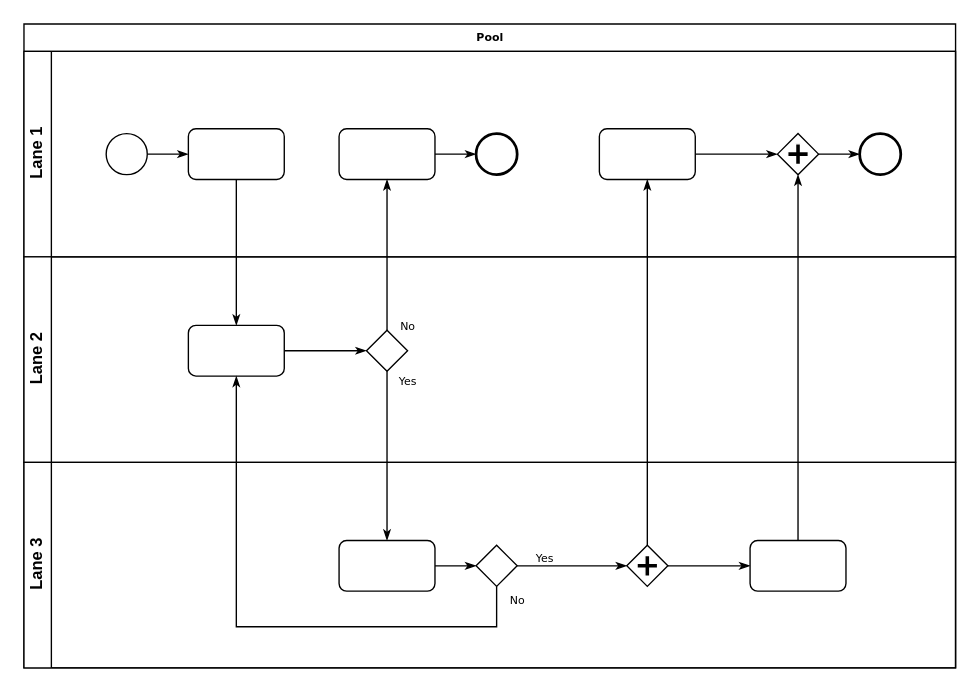
This is des-arqt-sol-ttr-cadastro-usuario-0001.drawio from lorenaabreu/transtrampoarq, a draw.io file, before an edit. Source tidied: cells renumbered, new cells numbered last; positions are measured from the earlier drawing's top-left corner, leaving out a move shared by most shapes. Both pictures are drawn from the tidied source at 137%, with x=0, y=0 at pixel (23, 23).
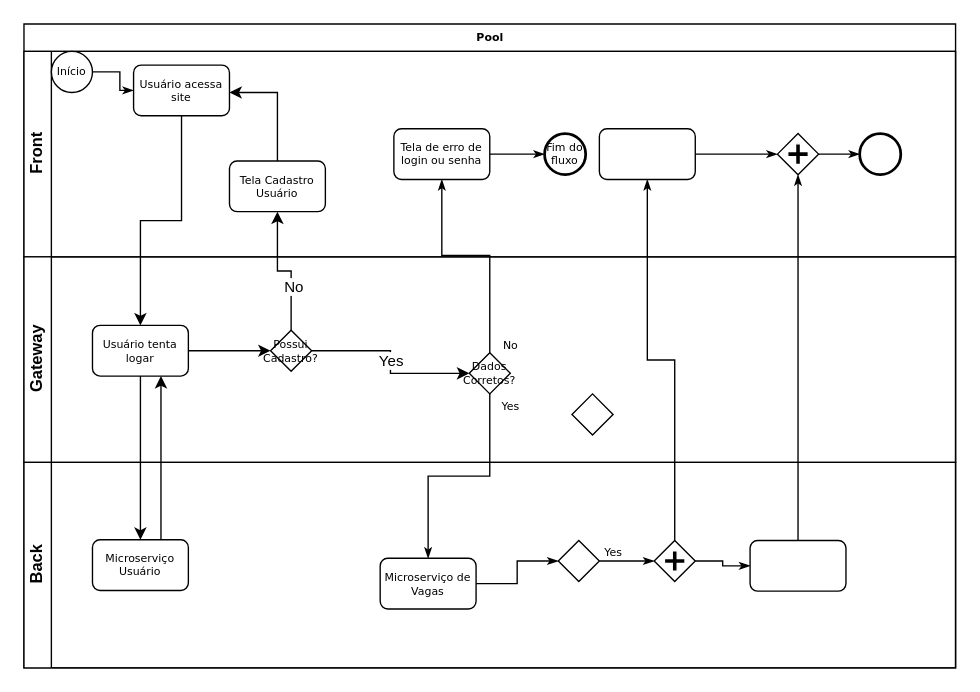
Above is the later version.

Commit message:
Feat: WIP: Criação do diagrama de ação da arquitetura de soluções, englobando o cadastro de usuários

The change refers to these unchanged cells:
```xml
<mxCell id="2" value="Pool" style="swimlane;html=1;horizontal=1;startSize=20;rounded=0;shadow=0;labelBackgroundColor=none;strokeWidth=1;fontFamily=Verdana;fontSize=8;align=center;" parent="1" vertex="1">
  <mxGeometry width="680" height="470" as="geometry" />
</mxCell>
<mxCell id="11" style="rounded=1;whiteSpace=wrap;html=1;shadow=0;labelBackgroundColor=none;strokeWidth=1;fontFamily=Verdana;fontSize=8;align=center;" parent="3" vertex="1">
  <mxGeometry x="420" y="56.5" width="70" height="37" as="geometry" />
</mxCell>
```

The edit, as a diff of the source:
```diff
@@
-    <mxCell id="3" value="Lane 1" style="swimlane;html=1;startSize=20;horizontal=0;" parent="2" vertex="1">
+    <mxCell id="3" value="Front" style="swimlane;html=1;startSize=20;horizontal=0;" parent="2" vertex="1">
       <mxGeometry y="20" width="680" height="150" as="geometry" />
     </mxCell>
@@
-    <mxCell id="5" style="ellipse;whiteSpace=wrap;html=1;rounded=0;shadow=0;labelBackgroundColor=none;strokeWidth=1;fontFamily=Verdana;fontSize=8;align=center;" parent="3" vertex="1">
-      <mxGeometry x="60" y="60" width="30" height="30" as="geometry" />
+    <mxCell id="5" value="Início" style="ellipse;whiteSpace=wrap;html=1;rounded=0;shadow=0;labelBackgroundColor=none;strokeWidth=1;fontFamily=Verdana;fontSize=8;align=center;" parent="3" vertex="1">
+      <mxGeometry x="20" width="30" height="30" as="geometry" />
     </mxCell>
-    <mxCell id="6" style="rounded=1;whiteSpace=wrap;html=1;shadow=0;labelBackgroundColor=none;strokeWidth=1;fontFamily=Verdana;fontSize=8;align=center;" parent="3" vertex="1">
-      <mxGeometry x="120" y="56.5" width="70" height="37" as="geometry" />
+    <mxCell id="6" value="Usuário acessa site" style="rounded=1;whiteSpace=wrap;html=1;shadow=0;labelBackgroundColor=none;strokeWidth=1;fontFamily=Verdana;fontSize=8;align=center;" parent="3" vertex="1">
+      <mxGeometry x="80" y="10" width="70" height="37" as="geometry" />
     </mxCell>
@@
-    <mxCell id="8" style="rounded=1;whiteSpace=wrap;html=1;shadow=0;labelBackgroundColor=none;strokeWidth=1;fontFamily=Verdana;fontSize=8;align=center;" parent="3" vertex="1">
-      <mxGeometry x="230" y="56.5" width="70" height="37" as="geometry" />
+    <mxCell id="8" value="Tela de erro de login ou senha" style="rounded=1;whiteSpace=wrap;html=1;shadow=0;labelBackgroundColor=none;strokeWidth=1;fontFamily=Verdana;fontSize=8;align=center;" parent="3" vertex="1">
+      <mxGeometry x="270" y="56.5" width="70" height="37" as="geometry" />
     </mxCell>
-    <mxCell id="9" style="ellipse;whiteSpace=wrap;html=1;rounded=0;shadow=0;labelBackgroundColor=none;strokeWidth=2;fontFamily=Verdana;fontSize=8;align=center;" parent="3" vertex="1">
-      <mxGeometry x="330" y="60" width="30" height="30" as="geometry" />
+    <mxCell id="9" value="Fim do fluxo" style="ellipse;whiteSpace=wrap;html=1;rounded=0;shadow=0;labelBackgroundColor=none;strokeWidth=2;fontFamily=Verdana;fontSize=8;align=center;" parent="3" vertex="1">
+      <mxGeometry x="380" y="60" width="30" height="30" as="geometry" />
     </mxCell>
@@
+    <mxCell id="33" style="edgeStyle=orthogonalEdgeStyle;rounded=0;jettySize=auto;html=1;" parent="3" edge="1" source="34" target="6">
+      <mxGeometry relative="1" as="geometry">
+        <Array as="points">
+          <mxPoint x="185" y="30" />
+        </Array>
+      </mxGeometry>
+    </mxCell>
+    <mxCell id="34" value="Tela Cadastro Usuário" style="rounded=1;whiteSpace=wrap;html=1;shadow=0;labelBackgroundColor=none;strokeWidth=1;fontFamily=Verdana;fontSize=8;align=center;" parent="3" vertex="1">
+      <mxGeometry x="150" y="80" width="70" height="37" as="geometry" />
+    </mxCell>
-    <mxCell id="15" value="Lane 2" style="swimlane;html=1;startSize=20;horizontal=0;" parent="2" vertex="1">
+    <mxCell id="15" value="Gateway" style="swimlane;html=1;startSize=20;horizontal=0;" parent="2" vertex="1">
       <mxGeometry y="170" width="680" height="150" as="geometry" />
     </mxCell>
-    <mxCell id="16" style="edgeStyle=orthogonalEdgeStyle;rounded=0;html=1;labelBackgroundColor=none;startArrow=none;startFill=0;startSize=5;endArrow=classicThin;endFill=1;endSize=5;jettySize=auto;strokeWidth=1;fontFamily=Verdana;fontSize=8;" parent="15" edge="1" source="17" target="18">
-      <mxGeometry relative="1" as="geometry" />
-    </mxCell>
-    <mxCell id="17" style="rounded=1;whiteSpace=wrap;html=1;shadow=0;labelBackgroundColor=none;strokeWidth=1;fontFamily=Verdana;fontSize=8;align=center;" parent="15" vertex="1">
-      <mxGeometry x="120" y="50" width="70" height="37" as="geometry" />
-    </mxCell>
     <mxCell id="18" style="strokeWidth=1;html=1;shape=mxgraph.flowchart.decision;whiteSpace=wrap;rounded=1;shadow=0;labelBackgroundColor=none;fontFamily=Verdana;fontSize=8;align=center;" parent="15" vertex="1">
-      <mxGeometry x="250" y="53.5" width="30" height="30" as="geometry" />
+      <mxGeometry x="400" y="100" width="30" height="30" as="geometry" />
     </mxCell>
+    <mxCell id="35" style="edgeStyle=orthogonalEdgeStyle;rounded=0;jettySize=auto;html=1;" parent="15" edge="1" source="36" target="37">
+      <mxGeometry relative="1" as="geometry" />
+    </mxCell>
+    <mxCell id="36" value="Usuário tenta logar" style="rounded=1;whiteSpace=wrap;html=1;shadow=0;labelBackgroundColor=none;strokeWidth=1;fontFamily=Verdana;fontSize=8;align=center;" parent="15" vertex="1">
+      <mxGeometry x="50" y="50" width="70" height="37" as="geometry" />
+    </mxCell>
+    <mxCell id="37" value="Possui Cadastro?" style="strokeWidth=1;html=1;shape=mxgraph.flowchart.decision;whiteSpace=wrap;rounded=1;shadow=0;labelBackgroundColor=none;fontFamily=Verdana;fontSize=8;align=center;" parent="15" vertex="1">
+      <mxGeometry x="180" y="53.5" width="30" height="30" as="geometry" />
+    </mxCell>
+    <mxCell id="38" value="Dados Corretos?" style="strokeWidth=1;html=1;shape=mxgraph.flowchart.decision;whiteSpace=wrap;rounded=1;shadow=0;labelBackgroundColor=none;fontFamily=Verdana;fontSize=8;align=center;" parent="15" vertex="1">
+      <mxGeometry x="325" y="70" width="30" height="30" as="geometry" />
+    </mxCell>
+    <mxCell id="39" style="edgeStyle=orthogonalEdgeStyle;rounded=0;jettySize=auto;html=1;" parent="15" edge="1" source="37" target="38">
+      <mxGeometry relative="1" as="geometry" />
+    </mxCell>
+    <mxCell id="40" value="Yes" style="edgeLabel;html=1;align=center;verticalAlign=middle;" parent="39" vertex="1">
+      <mxGeometry x="-0.03" relative="1" as="geometry" />
+    </mxCell>
-    <mxCell id="19" value="Lane 3" style="swimlane;html=1;startSize=20;horizontal=0;" parent="2" vertex="1">
+    <mxCell id="19" value="Back" style="swimlane;html=1;startSize=20;horizontal=0;" parent="2" vertex="1">
       <mxGeometry y="320" width="680" height="150" as="geometry" />
     </mxCell>
@@
-    <mxCell id="21" style="rounded=1;whiteSpace=wrap;html=1;shadow=0;labelBackgroundColor=none;strokeWidth=1;fontFamily=Verdana;fontSize=8;align=center;" parent="19" vertex="1">
-      <mxGeometry x="230" y="57" width="70" height="37" as="geometry" />
+    <mxCell id="21" value="Microserviço de Vagas" style="rounded=1;whiteSpace=wrap;html=1;shadow=0;labelBackgroundColor=none;strokeWidth=1;fontFamily=Verdana;fontSize=8;align=center;" parent="19" vertex="1">
+      <mxGeometry x="260" y="70" width="70" height="37" as="geometry" />
     </mxCell>
@@
     <mxCell id="23" style="strokeWidth=1;html=1;shape=mxgraph.flowchart.decision;whiteSpace=wrap;rounded=1;shadow=0;labelBackgroundColor=none;fontFamily=Verdana;fontSize=8;align=center;" parent="19" vertex="1">
-      <mxGeometry x="330" y="60.5" width="30" height="30" as="geometry" />
+      <mxGeometry x="390" y="57" width="30" height="30" as="geometry" />
     </mxCell>
@@
     <mxCell id="25" style="shape=mxgraph.bpmn.shape;html=1;verticalLabelPosition=bottom;labelBackgroundColor=#ffffff;verticalAlign=top;perimeter=rhombusPerimeter;background=gateway;outline=none;symbol=parallelGw;rounded=1;shadow=0;strokeWidth=1;fontFamily=Verdana;fontSize=8;align=center;" parent="19" vertex="1">
-      <mxGeometry x="440" y="60.5" width="30" height="30" as="geometry" />
+      <mxGeometry x="460" y="57" width="30" height="30" as="geometry" />
     </mxCell>
@@
-    <mxCell id="27" style="edgeStyle=orthogonalEdgeStyle;rounded=0;html=1;labelBackgroundColor=none;startArrow=none;startFill=0;startSize=5;endArrow=classicThin;endFill=1;endSize=5;jettySize=auto;strokeWidth=1;fontFamily=Verdana;fontSize=8;" parent="2" edge="1" source="6" target="17">
-      <mxGeometry relative="1" as="geometry" />
-    </mxCell>
+    <mxCell id="41" value="Microserviço Usuário" style="rounded=1;whiteSpace=wrap;html=1;shadow=0;labelBackgroundColor=none;strokeWidth=1;fontFamily=Verdana;fontSize=8;align=center;" parent="19" vertex="1">
+      <mxGeometry x="50" y="56.5" width="70" height="37" as="geometry" />
+    </mxCell>
-    <mxCell id="28" value="No" style="edgeStyle=orthogonalEdgeStyle;rounded=0;html=1;labelBackgroundColor=none;startArrow=none;startFill=0;startSize=5;endArrow=classicThin;endFill=1;endSize=5;jettySize=auto;strokeWidth=1;fontFamily=Verdana;fontSize=8;" parent="2" edge="1" source="18" target="8">
-      <mxGeometry x="-0.94" y="-15" relative="1" as="geometry" />
+    <mxCell id="28" value="No" style="edgeStyle=orthogonalEdgeStyle;rounded=0;html=1;labelBackgroundColor=none;startArrow=none;startFill=0;startSize=5;endArrow=classicThin;endFill=1;endSize=5;jettySize=auto;strokeWidth=1;fontFamily=Verdana;fontSize=8;" parent="2" edge="1" source="38" target="8">
+      <mxGeometry x="-0.94" y="-15" relative="1" as="geometry">
+        <Array as="points">
+          <mxPoint x="340" y="169" />
+          <mxPoint x="305" y="169" />
+        </Array>
+      </mxGeometry>
     </mxCell>
-    <mxCell id="29" value="Yes" style="edgeStyle=orthogonalEdgeStyle;rounded=0;html=1;labelBackgroundColor=none;startArrow=none;startFill=0;startSize=5;endArrow=classicThin;endFill=1;endSize=5;jettySize=auto;strokeWidth=1;fontFamily=Verdana;fontSize=8;" parent="2" edge="1" source="18" target="21">
+    <mxCell id="29" value="Yes" style="edgeStyle=orthogonalEdgeStyle;rounded=0;html=1;labelBackgroundColor=none;startArrow=none;startFill=0;startSize=5;endArrow=classicThin;endFill=1;endSize=5;jettySize=auto;strokeWidth=1;fontFamily=Verdana;fontSize=8;" parent="2" edge="1" source="38" target="21">
       <mxGeometry x="-0.89" y="15" relative="1" as="geometry" />
     </mxCell>
@@
+    <mxCell id="32" style="edgeStyle=orthogonalEdgeStyle;rounded=0;html=1;labelBackgroundColor=none;startArrow=none;startFill=0;startSize=5;endArrow=classicThin;endFill=1;endSize=5;jettySize=auto;strokeWidth=1;fontFamily=Verdana;fontSize=8;" parent="2" edge="1" source="25" target="11">
+      <mxGeometry relative="1" as="geometry" />
+    </mxCell>
+    <mxCell id="42" style="edgeStyle=orthogonalEdgeStyle;rounded=0;jettySize=auto;html=1;" parent="2" edge="1" source="6" target="36">
+      <mxGeometry relative="1" as="geometry" />
+    </mxCell>
+    <mxCell id="43" style="edgeStyle=orthogonalEdgeStyle;rounded=0;jettySize=auto;html=1;" parent="2" edge="1" source="36" target="41">
+      <mxGeometry relative="1" as="geometry" />
+    </mxCell>
+    <mxCell id="44" style="edgeStyle=orthogonalEdgeStyle;rounded=0;jettySize=auto;html=1;" parent="2" edge="1" source="41" target="36">
+      <mxGeometry relative="1" as="geometry">
+        <Array as="points">
+          <mxPoint x="100" y="320" />
+          <mxPoint x="100" y="320" />
+        </Array>
+      </mxGeometry>
+    </mxCell>
+    <mxCell id="45" style="edgeStyle=orthogonalEdgeStyle;rounded=0;jettySize=auto;html=1;" parent="2" edge="1" source="37" target="34">
+      <mxGeometry relative="1" as="geometry" />
+    </mxCell>
-    <mxCell id="31" value="No" style="edgeStyle=orthogonalEdgeStyle;rounded=0;html=1;labelBackgroundColor=none;startArrow=none;startFill=0;startSize=5;endArrow=classicThin;endFill=1;endSize=5;jettySize=auto;strokeWidth=1;fontFamily=Verdana;fontSize=8;" parent="2" edge="1" source="23" target="17">
-      <mxGeometry x="-0.95" y="15" relative="1" as="geometry">
-        <Array as="points">
-          <mxPoint x="345" y="440" />
-          <mxPoint x="155" y="440" />
-        </Array>
-      </mxGeometry>
+    <mxCell id="31" value="No" style="edgeLabel;html=1;align=center;verticalAlign=middle;" parent="45" vertex="1">
+      <mxGeometry x="-0.34" y="-1" relative="1" as="geometry" />
     </mxCell>
-    <mxCell id="32" style="edgeStyle=orthogonalEdgeStyle;rounded=0;html=1;labelBackgroundColor=none;startArrow=none;startFill=0;startSize=5;endArrow=classicThin;endFill=1;endSize=5;jettySize=auto;strokeWidth=1;fontFamily=Verdana;fontSize=8;" parent="2" edge="1" source="25" target="11">
-      <mxGeometry relative="1" as="geometry" />
-    </mxCell>
```
